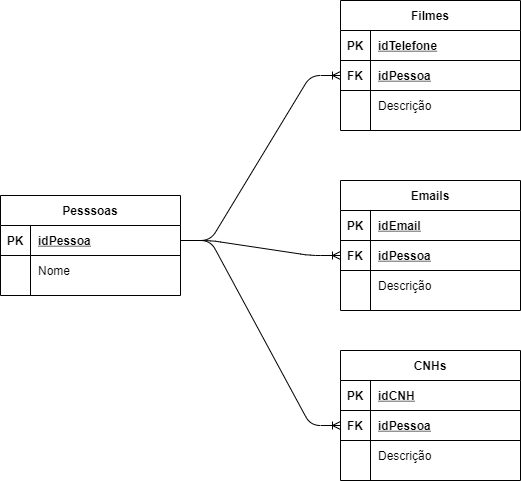
The draw.io diagram Spint_1-BancoDeDados/exercicios/1.1-exercicio-pessoas/01_modelagem_conceitual-logico-logico.png in Meuniki/Senai-Dev, before a commit. Source tidied: cells renumbered, new cells last; positions are measured from the earlier drawing's top-left corner, leaving out a move shared by most shapes.
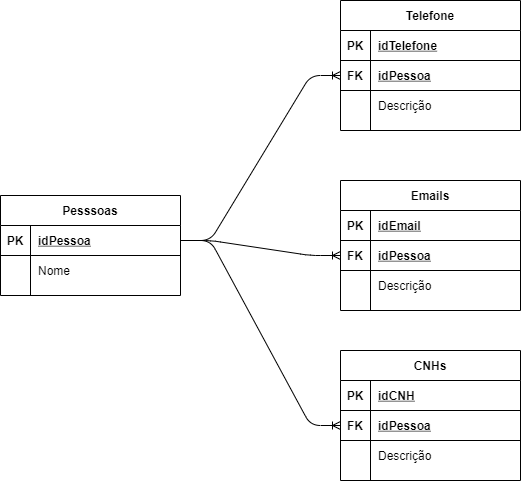
After the commit.

Diff of the diagram source:
```diff
@@ -23,7 +23,7 @@
     <mxCell id="8" value="Nome" style="shape=partialRectangle;fillColor=none;top=0;left=0;bottom=0;right=0;align=left;spacingLeft=6;overflow=hidden;" parent="6" vertex="1">
       <mxGeometry x="30" width="150" height="30" as="geometry" />
     </mxCell>
-    <mxCell id="9" value="Filmes" style="shape=table;startSize=30;rowLines=0;fontStyle=1;align=center;" parent="1" vertex="1">
+    <mxCell id="9" value="Telefone" style="shape=table;startSize=30;rowLines=0;fontStyle=1;align=center;" parent="1" vertex="1">
       <mxGeometry x="340" width="180" height="130" as="geometry" />
     </mxCell>
     <mxCell id="10" style="shape=partialRectangle;fillColor=none;top=0;left=0;bottom=1;right=0;" parent="9" vertex="1">
```
